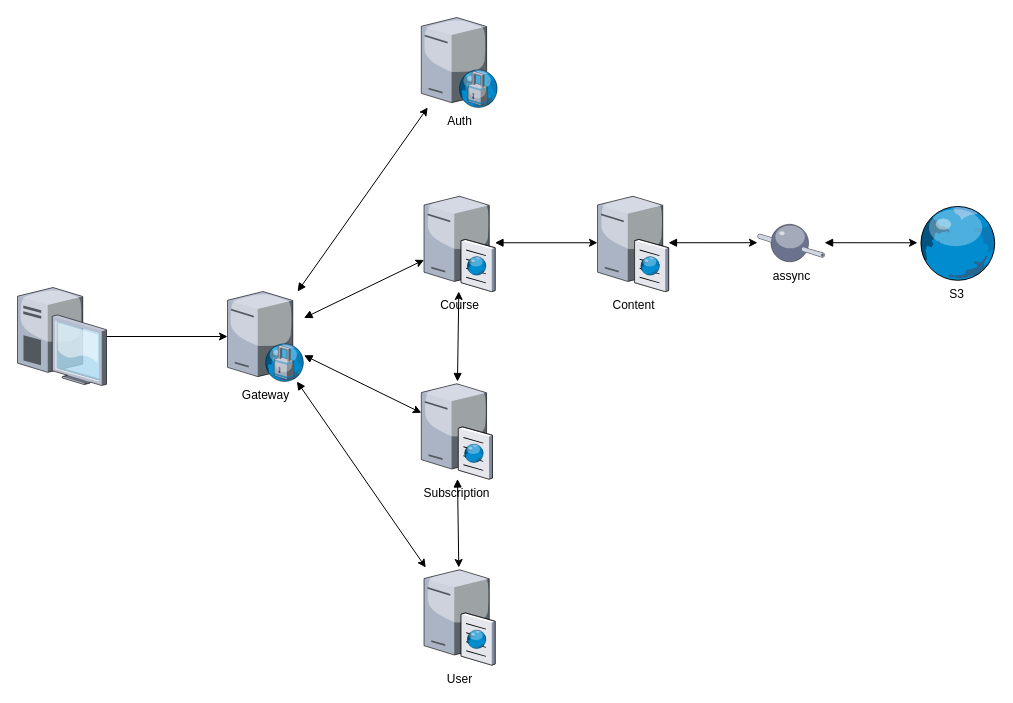
Before: microservices.drawio in augustoadsis/microservices-spring-cloud, a draw.io diagram. Source tidied: cells renumbered, new cells numbered last; positions are measured from the earlier drawing's top-left corner, leaving out a move shared by most shapes. Both pictures are drawn from the tidied source at 100%, with x=0, y=0 at pixel (17, 17).
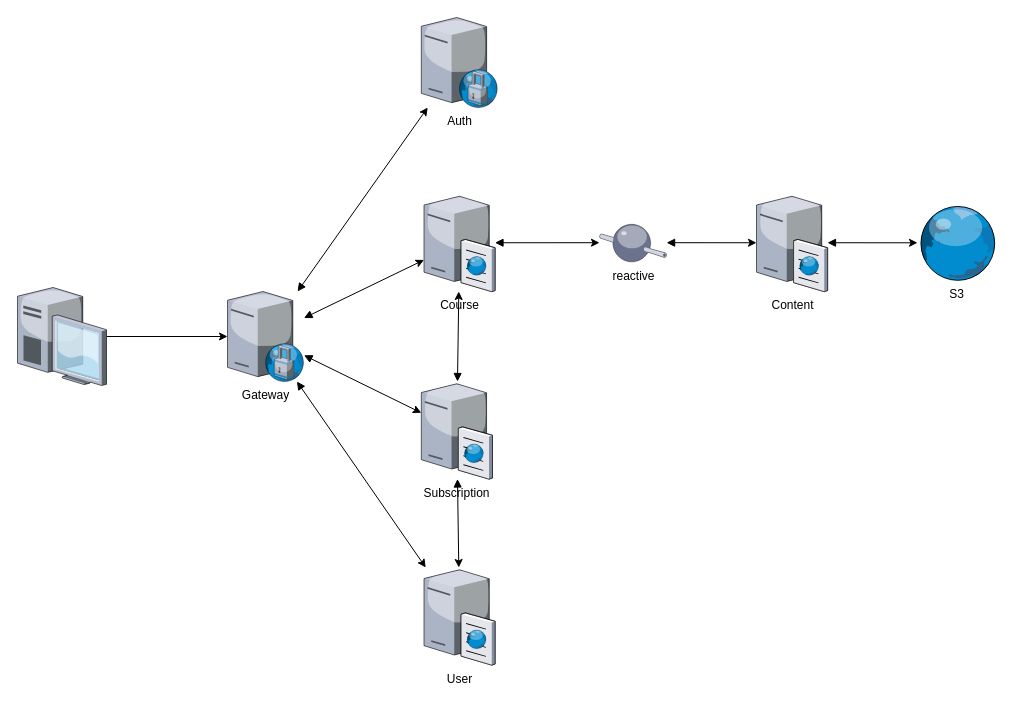
Above is the later version.

Unchanged cells that the change refers to:
```xml
<mxCell id="11" value="Course" style="verticalLabelPosition=bottom;html=1;verticalAlign=top;strokeColor=none;align=center;outlineConnect=0;shape=mxgraph.citrix.cache_server;" parent="1" vertex="1">
  <mxGeometry x="406.5" y="176.5" width="71" height="97.5" as="geometry" />
</mxCell>
```

Diff of the diagram source:
```diff
@@
-    <mxCell id="10" style="edgeStyle=none;rounded=0;jettySize=auto;html=1;startArrow=block;startFill=1;strokeColor=#000000;" parent="1" edge="1" source="11" target="17">
+    <mxCell id="10" style="edgeStyle=none;rounded=0;jettySize=auto;html=1;startArrow=block;startFill=1;strokeColor=#000000;" parent="1" edge="1" source="11" target="21">
       <mxGeometry relative="1" as="geometry" />
     </mxCell>
@@
-    <mxCell id="16" style="edgeStyle=none;rounded=0;jettySize=auto;html=1;startArrow=block;startFill=1;strokeColor=#000000;" parent="1" edge="1" source="19" target="18">
+    <mxCell id="16" style="edgeStyle=none;rounded=0;jettySize=auto;html=1;startArrow=block;startFill=1;strokeColor=#000000;" parent="1" edge="1" source="17" target="18">
       <mxGeometry relative="1" as="geometry" />
     </mxCell>
+    <mxCell id="18" value="S3" style="verticalLabelPosition=bottom;html=1;verticalAlign=top;strokeColor=none;align=center;outlineConnect=0;shape=mxgraph.citrix.globe;" parent="1" vertex="1">
+      <mxGeometry x="900" y="187.8" width="78.5" height="75" as="geometry" />
+    </mxCell>
+    <mxCell id="20" style="edgeStyle=none;rounded=0;jettySize=auto;html=1;startArrow=block;startFill=1;strokeColor=#000000;" parent="1" edge="1" source="21" target="17">
+      <mxGeometry relative="1" as="geometry" />
+    </mxCell>
+    <mxCell id="21" value="reactive" style="verticalLabelPosition=bottom;html=1;verticalAlign=top;strokeColor=none;align=center;outlineConnect=0;shape=mxgraph.citrix.middleware;" parent="1" vertex="1">
+      <mxGeometry x="582" y="205.2" width="67.1" height="40" as="geometry" />
+    </mxCell>
     <mxCell id="17" value="Content" style="verticalLabelPosition=bottom;html=1;verticalAlign=top;strokeColor=none;align=center;outlineConnect=0;shape=mxgraph.citrix.cache_server;" parent="1" vertex="1">
-      <mxGeometry x="580" y="176.5" width="71" height="97.5" as="geometry" />
+      <mxGeometry x="739" y="176.5" width="71" height="97.5" as="geometry" />
     </mxCell>
-    <mxCell id="18" value="S3" style="verticalLabelPosition=bottom;html=1;verticalAlign=top;strokeColor=none;align=center;outlineConnect=0;shape=mxgraph.citrix.globe;" parent="1" vertex="1">
-      <mxGeometry x="900" y="187.8" width="78.5" height="75" as="geometry" />
-    </mxCell>
-    <mxCell id="19" value="assync" style="verticalLabelPosition=bottom;html=1;verticalAlign=top;strokeColor=none;align=center;outlineConnect=0;shape=mxgraph.citrix.middleware;" parent="1" vertex="1">
-      <mxGeometry x="740" y="205.2" width="67.1" height="40" as="geometry" />
-    </mxCell>
-    <mxCell id="20" style="edgeStyle=none;rounded=0;jettySize=auto;html=1;startArrow=block;startFill=1;strokeColor=#000000;" parent="1" edge="1" source="17" target="19">
-      <mxGeometry relative="1" as="geometry" />
-    </mxCell>
```
